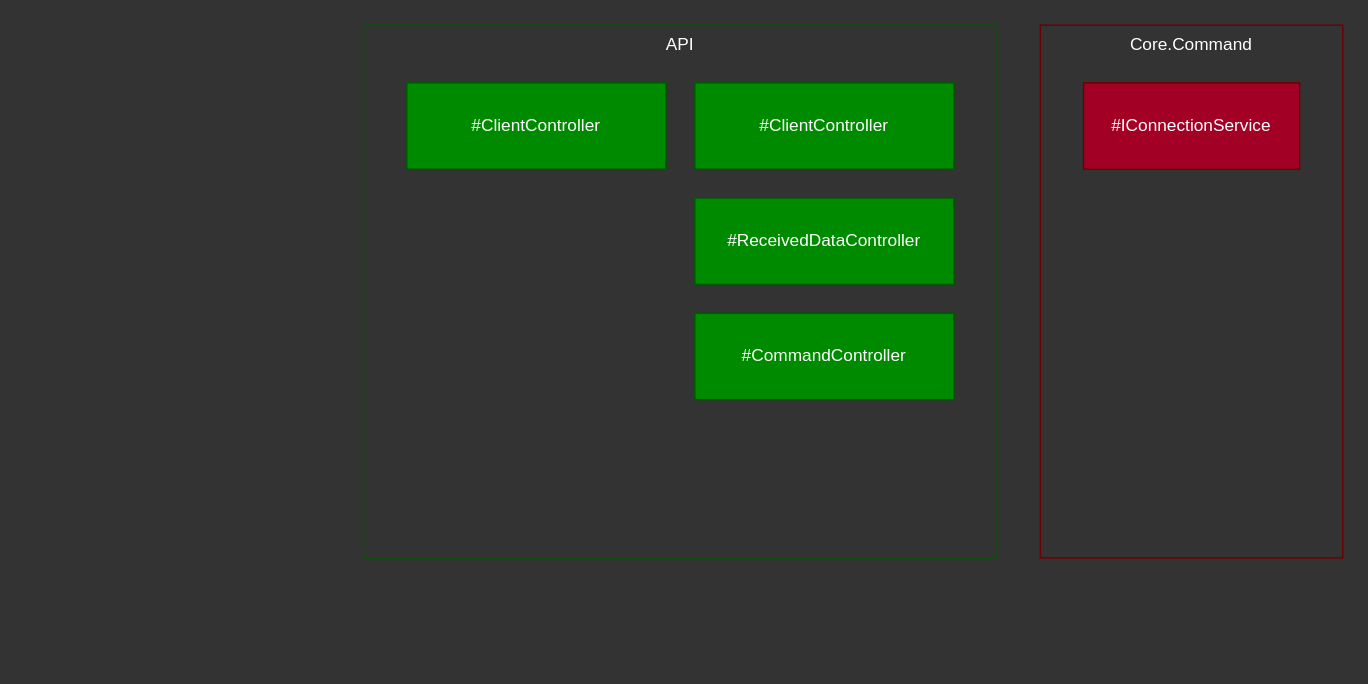
Before: page "API" (7 of 7) of docs/diagrams.drawio in AndreTerra5348/tcp-chat-server, a draw.io diagram. Source tidied: cells renumbered, new cells numbered last; positions are measured from the earlier drawing's top-left corner, leaving out a move shared by most shapes. Both pictures are drawn from the tidied source at 144%, with x=0, y=0 at pixel (363, 24).
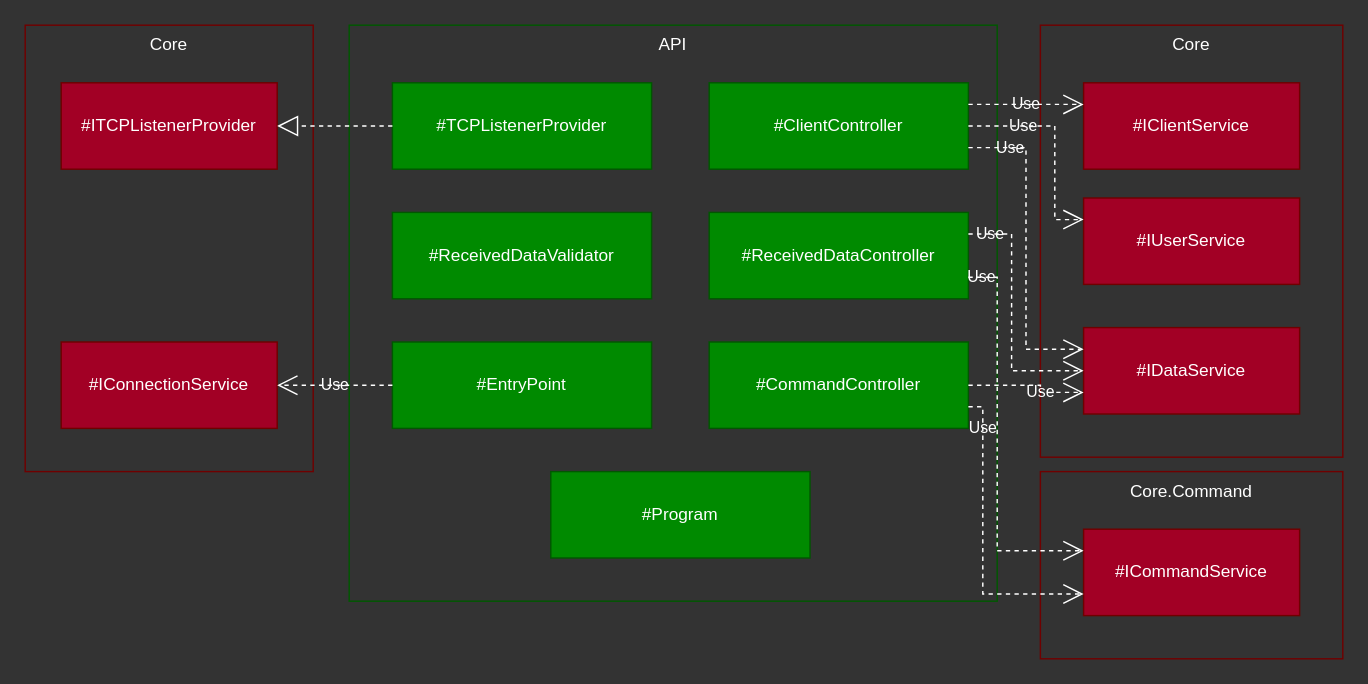
The same page after the edit.

The edit, as a diff of the source:
```diff
@@
+    <mxCell id="9" value="Core" style="rounded=0;whiteSpace=wrap;html=1;verticalAlign=top;fillColor=none;strokeColor=#6F0000;fontColor=#ffffff;" parent="1" vertex="1">
+      <mxGeometry x="-235" width="200" height="310" as="geometry" />
+    </mxCell>
-    <mxCell id="2" value="Core.Command" style="rounded=0;whiteSpace=wrap;html=1;verticalAlign=top;fillColor=none;strokeColor=#6F0000;fontColor=#ffffff;" parent="1" vertex="1">
-      <mxGeometry x="470" width="210" height="370" as="geometry" />
+    <mxCell id="2" value="Core" style="rounded=0;whiteSpace=wrap;html=1;verticalAlign=top;fillColor=none;strokeColor=#6F0000;fontColor=#ffffff;" parent="1" vertex="1">
+      <mxGeometry x="470" width="210" height="300" as="geometry" />
     </mxCell>
+    <mxCell id="10" value="Core.Command" style="rounded=0;whiteSpace=wrap;html=1;verticalAlign=top;fillColor=none;strokeColor=#6F0000;fontColor=#ffffff;" parent="1" vertex="1">
+      <mxGeometry x="470" y="310" width="210" height="130" as="geometry" />
+    </mxCell>
     <mxCell id="3" value="API" style="rounded=0;whiteSpace=wrap;html=1;fillColor=none;strokeColor=#005700;verticalAlign=top;fontColor=#ffffff;" parent="1" vertex="1">
-      <mxGeometry width="440" height="370" as="geometry" />
+      <mxGeometry x="-10" width="450" height="400" as="geometry" />
     </mxCell>
     <mxCell id="4" value="#ClientController" style="rounded=0;whiteSpace=wrap;html=1;fillColor=#008a00;fontColor=#ffffff;strokeColor=#005700;" parent="1" vertex="1">
-      <mxGeometry x="230" y="40" width="180" height="60" as="geometry" />
+      <mxGeometry x="240" y="40" width="180" height="60" as="geometry" />
     </mxCell>
-    <mxCell id="5" value="#IConnectionService" style="rounded=0;whiteSpace=wrap;html=1;fontColor=#ffffff;fillColor=#a20025;strokeColor=#6F0000;" parent="1" vertex="1">
-      <mxGeometry x="500" y="40" width="150" height="60" as="geometry" />
+    <mxCell id="5" value="#IDataService" style="rounded=0;whiteSpace=wrap;html=1;fontColor=#ffffff;fillColor=#a20025;strokeColor=#6F0000;" parent="1" vertex="1">
+      <mxGeometry x="500" y="210" width="150" height="60" as="geometry" />
     </mxCell>
     <mxCell id="6" value="#CommandController" style="rounded=0;whiteSpace=wrap;html=1;fillColor=#008a00;fontColor=#ffffff;strokeColor=#005700;" parent="1" vertex="1">
-      <mxGeometry x="230" y="200" width="180" height="60" as="geometry" />
+      <mxGeometry x="240" y="220" width="180" height="60" as="geometry" />
     </mxCell>
     <mxCell id="7" value="#ReceivedDataController" style="rounded=0;whiteSpace=wrap;html=1;fillColor=#008a00;fontColor=#ffffff;strokeColor=#005700;" parent="1" vertex="1">
-      <mxGeometry x="230" y="120" width="180" height="60" as="geometry" />
+      <mxGeometry x="240" y="130" width="180" height="60" as="geometry" />
     </mxCell>
-    <mxCell id="8" value="#ClientController" style="rounded=0;whiteSpace=wrap;html=1;fillColor=#008a00;fontColor=#ffffff;strokeColor=#005700;" parent="1" vertex="1">
-      <mxGeometry x="30" y="40" width="180" height="60" as="geometry" />
+    <mxCell id="8" value="#TCPListenerProvider" style="rounded=0;whiteSpace=wrap;html=1;fillColor=#008a00;fontColor=#ffffff;strokeColor=#005700;" parent="1" vertex="1">
+      <mxGeometry x="20" y="40" width="180" height="60" as="geometry" />
     </mxCell>
+    <mxCell id="11" value="#ReceivedDataValidator" style="rounded=0;whiteSpace=wrap;html=1;fillColor=#008a00;fontColor=#ffffff;strokeColor=#005700;" parent="1" vertex="1">
+      <mxGeometry x="20" y="130" width="180" height="60" as="geometry" />
+    </mxCell>
+    <mxCell id="12" value="#EntryPoint" style="rounded=0;whiteSpace=wrap;html=1;fillColor=#008a00;fontColor=#ffffff;strokeColor=#005700;" parent="1" vertex="1">
+      <mxGeometry x="20" y="220" width="180" height="60" as="geometry" />
+    </mxCell>
+    <mxCell id="13" value="#Program" style="rounded=0;whiteSpace=wrap;html=1;fillColor=#008a00;fontColor=#ffffff;strokeColor=#005700;" parent="1" vertex="1">
+      <mxGeometry x="130" y="310" width="180" height="60" as="geometry" />
+    </mxCell>
+    <mxCell id="14" value="#IClientService" style="rounded=0;whiteSpace=wrap;html=1;fontColor=#ffffff;fillColor=#a20025;strokeColor=#6F0000;" parent="1" vertex="1">
+      <mxGeometry x="500" y="40" width="150" height="60" as="geometry" />
+    </mxCell>
+    <mxCell id="15" value="#IUserService" style="rounded=0;whiteSpace=wrap;html=1;fontColor=#ffffff;fillColor=#a20025;strokeColor=#6F0000;" parent="1" vertex="1">
+      <mxGeometry x="500" y="120" width="150" height="60" as="geometry" />
+    </mxCell>
+    <mxCell id="16" value="Use" style="endArrow=open;endSize=12;dashed=1;html=1;rounded=0;exitX=1;exitY=0.25;exitDx=0;exitDy=0;labelBackgroundColor=none;fontColor=#FFFFFF;strokeColor=#FFFFFF;entryX=0;entryY=0.25;entryDx=0;entryDy=0;edgeStyle=orthogonalEdgeStyle;" parent="1" edge="1" source="4" target="14">
+      <mxGeometry relative="1" as="geometry" />
+    </mxCell>
+    <mxCell id="17" value="Use" style="endArrow=open;endSize=12;dashed=1;html=1;rounded=0;exitX=1;exitY=0.75;exitDx=0;exitDy=0;labelBackgroundColor=none;fontColor=#FFFFFF;strokeColor=#FFFFFF;entryX=0;entryY=0.25;entryDx=0;entryDy=0;edgeStyle=orthogonalEdgeStyle;" parent="1" edge="1" source="4" target="5">
+      <mxGeometry x="-0.74" relative="1" as="geometry">
+        <Array as="points">
+          <mxPoint x="460" y="85" />
+          <mxPoint x="460" y="225" />
+        </Array>
+      </mxGeometry>
+    </mxCell>
+    <mxCell id="18" value="#ICommandService" style="rounded=0;whiteSpace=wrap;html=1;fontColor=#ffffff;fillColor=#a20025;strokeColor=#6F0000;" parent="1" vertex="1">
+      <mxGeometry x="500" y="350" width="150" height="60" as="geometry" />
+    </mxCell>
+    <mxCell id="19" value="Use" style="endArrow=open;endSize=12;dashed=1;html=1;rounded=0;exitX=1;exitY=0.75;exitDx=0;exitDy=0;labelBackgroundColor=none;fontColor=#FFFFFF;strokeColor=#FFFFFF;edgeStyle=orthogonalEdgeStyle;entryX=0;entryY=0.25;entryDx=0;entryDy=0;" parent="1" edge="1" source="7" target="18">
+      <mxGeometry x="-0.93" relative="1" as="geometry">
+        <Array as="points">
+          <mxPoint x="440" y="175" />
+          <mxPoint x="440" y="365" />
+        </Array>
+      </mxGeometry>
+    </mxCell>
+    <mxCell id="20" value="Use" style="endArrow=open;endSize=12;dashed=1;html=1;rounded=0;exitX=1;exitY=0.5;exitDx=0;exitDy=0;labelBackgroundColor=none;fontColor=#FFFFFF;strokeColor=#FFFFFF;entryX=0;entryY=0.25;entryDx=0;entryDy=0;edgeStyle=orthogonalEdgeStyle;" parent="1" edge="1" source="4" target="15">
+      <mxGeometry x="-0.48" relative="1" as="geometry">
+        <Array as="points">
+          <mxPoint x="480" y="70" />
+          <mxPoint x="480" y="135" />
+        </Array>
+      </mxGeometry>
+    </mxCell>
+    <mxCell id="21" value="Use" style="endArrow=open;endSize=12;dashed=1;html=1;rounded=0;exitX=1;exitY=0.25;exitDx=0;exitDy=0;labelBackgroundColor=none;fontColor=#FFFFFF;strokeColor=#FFFFFF;entryX=0;entryY=0.5;entryDx=0;entryDy=0;edgeStyle=orthogonalEdgeStyle;" parent="1" edge="1" source="7" target="5">
+      <mxGeometry x="-0.83" relative="1" as="geometry">
+        <Array as="points">
+          <mxPoint x="450" y="145" />
+          <mxPoint x="450" y="240" />
+        </Array>
+      </mxGeometry>
+    </mxCell>
+    <mxCell id="22" value="Use" style="endArrow=open;endSize=12;dashed=1;html=1;rounded=0;exitX=1;exitY=0.5;exitDx=0;exitDy=0;labelBackgroundColor=none;fontColor=#FFFFFF;strokeColor=#FFFFFF;entryX=0;entryY=0.75;entryDx=0;entryDy=0;edgeStyle=orthogonalEdgeStyle;" parent="1" edge="1" source="6" target="5">
+      <mxGeometry x="0.29" relative="1" as="geometry">
+        <Array as="points">
+          <mxPoint x="470" y="250" />
+          <mxPoint x="470" y="255" />
+        </Array>
+      </mxGeometry>
+    </mxCell>
+    <mxCell id="23" value="Use" style="endArrow=open;endSize=12;dashed=1;html=1;rounded=0;exitX=1;exitY=0.75;exitDx=0;exitDy=0;labelBackgroundColor=none;fontColor=#FFFFFF;strokeColor=#FFFFFF;entryX=0;entryY=0.75;entryDx=0;entryDy=0;edgeStyle=orthogonalEdgeStyle;" parent="1" edge="1" source="6" target="18">
+      <mxGeometry x="-0.76" relative="1" as="geometry">
+        <Array as="points">
+          <mxPoint x="430" y="265" />
+          <mxPoint x="430" y="395" />
+        </Array>
+      </mxGeometry>
+    </mxCell>
+    <mxCell id="24" value="#IConnectionService" style="rounded=0;whiteSpace=wrap;html=1;fontColor=#ffffff;fillColor=#a20025;strokeColor=#6F0000;" parent="1" vertex="1">
+      <mxGeometry x="-210" y="220" width="150" height="60" as="geometry" />
+    </mxCell>
+    <mxCell id="25" value="Use" style="endArrow=open;endSize=12;dashed=1;html=1;rounded=0;exitX=0;exitY=0.5;exitDx=0;exitDy=0;labelBackgroundColor=none;fontColor=#FFFFFF;strokeColor=#FFFFFF;entryX=1;entryY=0.5;entryDx=0;entryDy=0;edgeStyle=orthogonalEdgeStyle;" parent="1" edge="1" source="12" target="24">
+      <mxGeometry relative="1" as="geometry" />
+    </mxCell>
+    <mxCell id="26" value="#ITCPListenerProvider" style="rounded=0;whiteSpace=wrap;html=1;fontColor=#ffffff;fillColor=#a20025;strokeColor=#6F0000;" parent="1" vertex="1">
+      <mxGeometry x="-210" y="40" width="150" height="60" as="geometry" />
+    </mxCell>
+    <mxCell id="27" style="endArrow=block;dashed=1;endFill=0;endSize=12;html=1;rounded=0;exitX=0;exitY=0.5;exitDx=0;exitDy=0;strokeColor=#FFFFFF;entryX=1;entryY=0.5;entryDx=0;entryDy=0;" parent="1" edge="1" source="8" target="26">
+      <mxGeometry relative="1" as="geometry" />
+    </mxCell>
```
